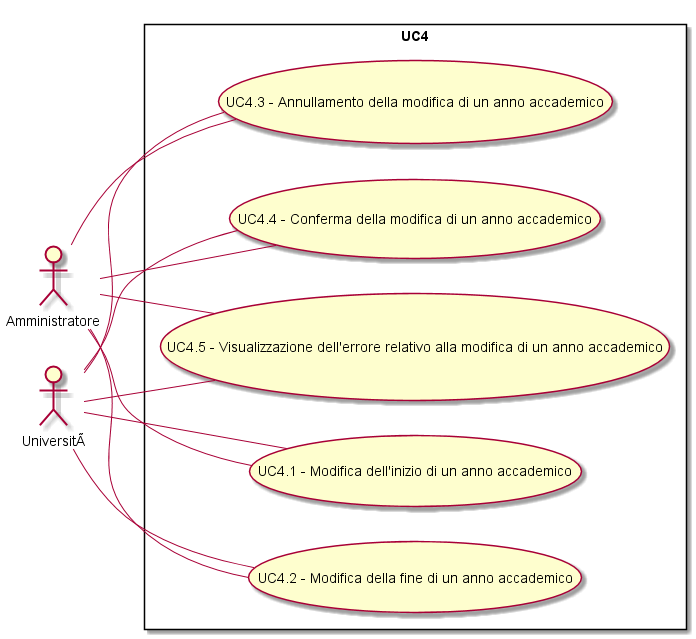
Before: Analisi dei requisiti/img/UC4.png, a diagram exported from PlantUML (SOS-SonsOfSwe/Marvin).
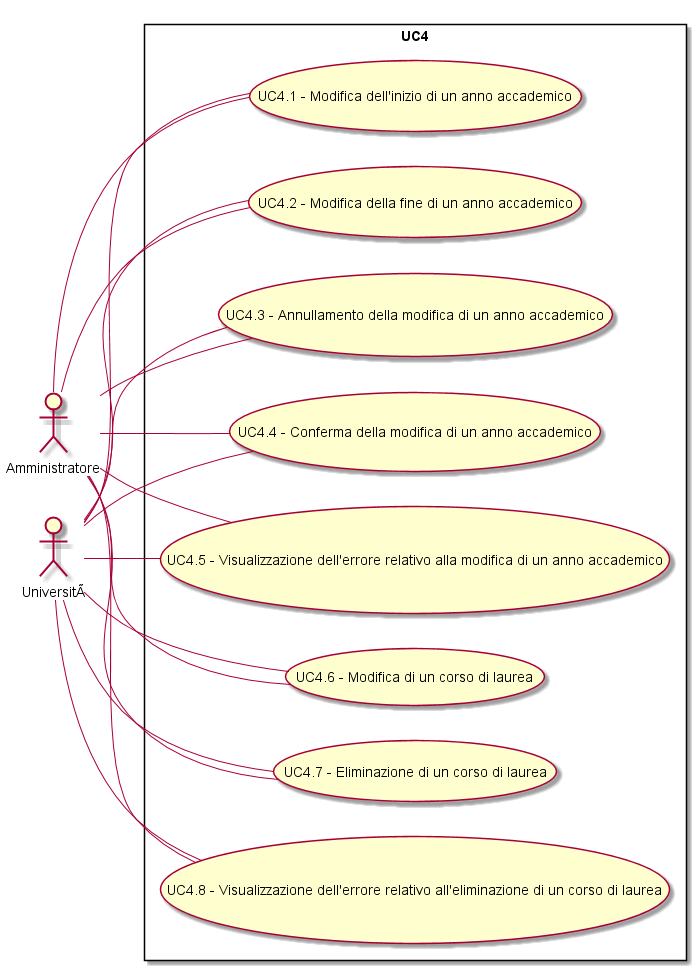
After the change.

The edit, as a diff of the source:
```diff
@@ -9,10 +9,16 @@
 Amministratore -- (UC4.3 - Annullamento della modifica di un anno accademico)
 Amministratore -- (UC4.4 - Conferma della modifica di un anno accademico)
 Amministratore -- (UC4.5 - Visualizzazione dell'errore relativo alla modifica di un anno accademico)
+Amministratore -- (UC4.6 - Modifica di un corso di laurea)
+Amministratore -- (UC4.7 - Eliminazione di un corso di laurea)
+Amministratore -- (UC4.8 - Visualizzazione dell'errore relativo all'eliminazione di un corso di laurea)
 Università -- (UC4.1 - Modifica dell'inizio di un anno accademico)
 Università -- (UC4.2 - Modifica della fine di un anno accademico)
 Università -- (UC4.3 - Annullamento della modifica di un anno accademico)
 Università -- (UC4.4 - Conferma della modifica di un anno accademico)
 Università -- (UC4.5 - Visualizzazione dell'errore relativo alla modifica di un anno accademico)
+Università -- (UC4.6 - Modifica di un corso di laurea)
+Università -- (UC4.7 - Eliminazione di un corso di laurea)
+Università -- (UC4.8 - Visualizzazione dell'errore relativo all'eliminazione di un corso di laurea)
 }
 @enduml
```
